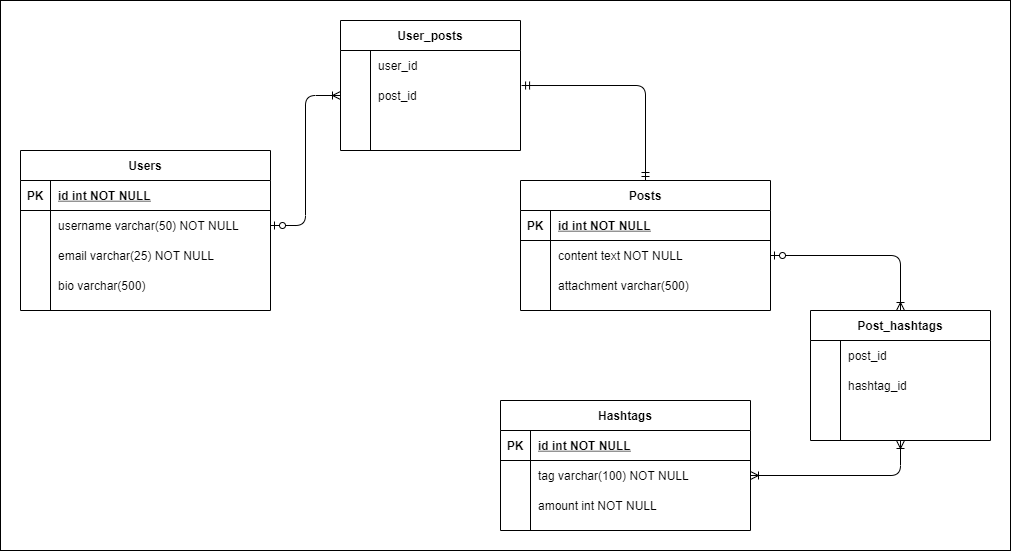
Earlier version of the draw.io export social media.png (nardiyansah/Generasi-GIGIH-Final-Project). Source tidied: cells renumbered, new cells last; positions are measured from the earlier drawing's top-left corner, leaving out a move shared by most shapes. The source it was exported from:
```xml
<mxGraphModel>
  <root>
    <mxCell id="0" />
    <mxCell id="1" parent="0" />
    <mxCell id="2" style="rounded=0;whiteSpace=wrap;html=1;" parent="1" vertex="1">
      <mxGeometry width="1010" height="550" as="geometry" />
    </mxCell>
    <mxCell id="3" value="Posts" style="shape=table;startSize=30;rowLines=0;fontStyle=1;align=center;" parent="1" vertex="1">
      <mxGeometry x="520" y="180" width="250" height="130" as="geometry" />
    </mxCell>
    <mxCell id="4" style="shape=partialRectangle;fillColor=none;top=0;left=0;right=0;bottom=1;" parent="3" vertex="1">
      <mxGeometry y="30" width="250" height="30" as="geometry" />
    </mxCell>
    <mxCell id="5" value="PK" style="shape=partialRectangle;overflow=hidden;fillColor=none;top=0;left=0;bottom=0;right=0;fontStyle=1;" parent="4" vertex="1">
      <mxGeometry width="30" height="30" as="geometry" />
    </mxCell>
    <mxCell id="6" value="id int NOT NULL " style="shape=partialRectangle;overflow=hidden;fillColor=none;top=0;left=0;bottom=0;right=0;align=left;spacingLeft=6;fontStyle=5;" parent="4" vertex="1">
      <mxGeometry x="30" width="220" height="30" as="geometry" />
    </mxCell>
    <mxCell id="7" style="shape=partialRectangle;fillColor=none;points=[[0,0.5],[1,0.5]];portConstraint=eastwest;top=0;left=0;right=0;bottom=0;" parent="3" vertex="1">
      <mxGeometry y="60" width="250" height="30" as="geometry" />
    </mxCell>
    <mxCell id="8" style="shape=partialRectangle;overflow=hidden;fillColor=none;top=0;left=0;bottom=0;right=0;" parent="7" vertex="1">
      <mxGeometry width="30" height="30" as="geometry" />
    </mxCell>
    <mxCell id="9" value="content text NOT NULL" style="shape=partialRectangle;overflow=hidden;fillColor=none;top=0;left=0;bottom=0;right=0;align=left;spacingLeft=6;" parent="7" vertex="1">
      <mxGeometry x="30" width="220" height="30" as="geometry" />
    </mxCell>
    <mxCell id="10" style="shape=partialRectangle;fillColor=none;top=0;left=0;right=0;bottom=0;" parent="3" vertex="1">
      <mxGeometry y="90" width="250" height="30" as="geometry" />
    </mxCell>
    <mxCell id="11" style="shape=partialRectangle;overflow=hidden;fillColor=none;top=0;left=0;bottom=0;right=0;" parent="10" vertex="1">
      <mxGeometry width="30" height="30" as="geometry" />
    </mxCell>
    <mxCell id="12" value="attachment varchar(500)" style="shape=partialRectangle;overflow=hidden;fillColor=none;top=0;left=0;bottom=0;right=0;align=left;spacingLeft=6;" parent="10" vertex="1">
      <mxGeometry x="30" width="220" height="30" as="geometry" />
    </mxCell>
    <mxCell id="13" value="Hashtags" style="shape=table;startSize=30;rowLines=0;fontStyle=1;align=center;" parent="1" vertex="1">
      <mxGeometry x="500" y="400" width="250" height="130" as="geometry" />
    </mxCell>
    <mxCell id="14" style="shape=partialRectangle;fillColor=none;top=0;left=0;right=0;bottom=1;" parent="13" vertex="1">
      <mxGeometry y="30" width="250" height="30" as="geometry" />
    </mxCell>
    <mxCell id="15" value="PK" style="shape=partialRectangle;overflow=hidden;fillColor=none;top=0;left=0;bottom=0;right=0;fontStyle=1;" parent="14" vertex="1">
      <mxGeometry width="30" height="30" as="geometry" />
    </mxCell>
    <mxCell id="16" value="id int NOT NULL " style="shape=partialRectangle;overflow=hidden;fillColor=none;top=0;left=0;bottom=0;right=0;align=left;spacingLeft=6;fontStyle=5;" parent="14" vertex="1">
      <mxGeometry x="30" width="220" height="30" as="geometry" />
    </mxCell>
    <mxCell id="17" style="shape=partialRectangle;fillColor=none;points=[[0,0.5],[1,0.5]];portConstraint=eastwest;top=0;left=0;right=0;bottom=0;" parent="13" vertex="1">
      <mxGeometry y="60" width="250" height="30" as="geometry" />
    </mxCell>
    <mxCell id="18" style="shape=partialRectangle;overflow=hidden;fillColor=none;top=0;left=0;bottom=0;right=0;" parent="17" vertex="1">
      <mxGeometry width="30" height="30" as="geometry" />
    </mxCell>
    <mxCell id="19" value="tag varchar(100) NOT NULL" style="shape=partialRectangle;overflow=hidden;fillColor=none;top=0;left=0;bottom=0;right=0;align=left;spacingLeft=6;" parent="17" vertex="1">
      <mxGeometry x="30" width="220" height="30" as="geometry" />
    </mxCell>
    <mxCell id="20" style="shape=partialRectangle;fillColor=none;top=0;left=0;right=0;bottom=0;" parent="13" vertex="1">
      <mxGeometry y="90" width="250" height="30" as="geometry" />
    </mxCell>
    <mxCell id="21" style="shape=partialRectangle;overflow=hidden;fillColor=none;top=0;left=0;bottom=0;right=0;" parent="20" vertex="1">
      <mxGeometry width="30" height="30" as="geometry" />
    </mxCell>
    <mxCell id="22" value="amount int NOT NULL" style="shape=partialRectangle;overflow=hidden;fillColor=none;top=0;left=0;bottom=0;right=0;align=left;spacingLeft=6;" parent="20" vertex="1">
      <mxGeometry x="30" width="220" height="30" as="geometry" />
    </mxCell>
    <mxCell id="23" value="Users" style="shape=table;startSize=30;rowLines=0;fontStyle=1;align=center;" parent="1" vertex="1">
      <mxGeometry x="20" y="150" width="250" height="160" as="geometry" />
    </mxCell>
    <mxCell id="24" style="shape=partialRectangle;fillColor=none;top=0;left=0;right=0;bottom=1;" parent="23" vertex="1">
      <mxGeometry y="30" width="250" height="30" as="geometry" />
    </mxCell>
    <mxCell id="25" value="PK" style="shape=partialRectangle;overflow=hidden;fillColor=none;top=0;left=0;bottom=0;right=0;fontStyle=1;" parent="24" vertex="1">
      <mxGeometry width="30" height="30" as="geometry" />
    </mxCell>
    <mxCell id="26" value="id int NOT NULL " style="shape=partialRectangle;overflow=hidden;fillColor=none;top=0;left=0;bottom=0;right=0;align=left;spacingLeft=6;fontStyle=5;" parent="24" vertex="1">
      <mxGeometry x="30" width="220" height="30" as="geometry" />
    </mxCell>
    <mxCell id="27" style="shape=partialRectangle;fillColor=none;points=[[0,0.5],[1,0.5]];portConstraint=eastwest;top=0;left=0;right=0;bottom=0;" parent="23" vertex="1">
      <mxGeometry y="60" width="250" height="30" as="geometry" />
    </mxCell>
    <mxCell id="28" style="shape=partialRectangle;overflow=hidden;fillColor=none;top=0;left=0;bottom=0;right=0;" parent="27" vertex="1">
      <mxGeometry width="30" height="30" as="geometry" />
    </mxCell>
    <mxCell id="29" value="username varchar(50) NOT NULL" style="shape=partialRectangle;overflow=hidden;fillColor=none;top=0;left=0;bottom=0;right=0;align=left;spacingLeft=6;" parent="27" vertex="1">
      <mxGeometry x="30" width="220" height="30" as="geometry" />
    </mxCell>
    <mxCell id="30" style="shape=partialRectangle;fillColor=none;top=0;left=0;right=0;bottom=0;" parent="23" vertex="1">
      <mxGeometry y="90" width="250" height="30" as="geometry" />
    </mxCell>
    <mxCell id="31" style="shape=partialRectangle;overflow=hidden;fillColor=none;top=0;left=0;bottom=0;right=0;" parent="30" vertex="1">
      <mxGeometry width="30" height="30" as="geometry" />
    </mxCell>
    <mxCell id="32" value="email varchar(25) NOT NULL" style="shape=partialRectangle;overflow=hidden;fillColor=none;top=0;left=0;bottom=0;right=0;align=left;spacingLeft=6;" parent="30" vertex="1">
      <mxGeometry x="30" width="220" height="30" as="geometry" />
    </mxCell>
    <mxCell id="33" style="shape=partialRectangle;fillColor=none;top=0;left=0;right=0;bottom=0;" parent="23" vertex="1">
      <mxGeometry y="120" width="250" height="30" as="geometry" />
    </mxCell>
    <mxCell id="34" style="shape=partialRectangle;overflow=hidden;fillColor=none;top=0;left=0;bottom=0;right=0;" parent="33" vertex="1">
      <mxGeometry width="30" height="30" as="geometry" />
    </mxCell>
    <mxCell id="35" value="bio varchar(500)" style="shape=partialRectangle;overflow=hidden;fillColor=none;top=0;left=0;bottom=0;right=0;align=left;spacingLeft=6;" parent="33" vertex="1">
      <mxGeometry x="30" width="220" height="30" as="geometry" />
    </mxCell>
    <mxCell id="36" value="User_posts" style="shape=table;startSize=30;rowLines=0;fontStyle=1;align=center;" parent="1" vertex="1">
      <mxGeometry x="340" y="20" width="180" height="130" as="geometry" />
    </mxCell>
    <mxCell id="37" style="shape=partialRectangle;fillColor=none;top=0;left=0;bottom=0;right=0;" parent="36" vertex="1">
      <mxGeometry y="30" width="180" height="30" as="geometry" />
    </mxCell>
    <mxCell id="38" style="shape=partialRectangle;fillColor=none;top=0;left=0;bottom=0;right=0;overflow=hidden;" parent="37" vertex="1">
      <mxGeometry width="30" height="30" as="geometry" />
    </mxCell>
    <mxCell id="39" value="user_id" style="shape=partialRectangle;fillColor=none;top=0;left=0;bottom=0;right=0;align=left;spacingLeft=6;overflow=hidden;" parent="37" vertex="1">
      <mxGeometry x="30" width="150" height="30" as="geometry" />
    </mxCell>
    <mxCell id="40" style="shape=partialRectangle;fillColor=none;top=0;left=0;bottom=0;right=0;points=[[0,0.5],[1,0.5]];portConstraint=eastwest;" parent="36" vertex="1">
      <mxGeometry y="60" width="180" height="30" as="geometry" />
    </mxCell>
    <mxCell id="41" style="shape=partialRectangle;fillColor=none;top=0;left=0;bottom=0;right=0;overflow=hidden;" parent="40" vertex="1">
      <mxGeometry width="30" height="30" as="geometry" />
    </mxCell>
    <mxCell id="42" value="post_id" style="shape=partialRectangle;fillColor=none;top=0;left=0;bottom=0;right=0;align=left;spacingLeft=6;overflow=hidden;" parent="40" vertex="1">
      <mxGeometry x="30" width="150" height="30" as="geometry" />
    </mxCell>
    <mxCell id="43" style="shape=partialRectangle;fillColor=none;top=0;left=0;bottom=0;right=0;" parent="36" vertex="1">
      <mxGeometry y="90" width="180" height="30" as="geometry" />
    </mxCell>
    <mxCell id="44" style="shape=partialRectangle;fillColor=none;top=0;left=0;bottom=0;right=0;overflow=hidden;" parent="43" vertex="1">
      <mxGeometry width="30" height="30" as="geometry" />
    </mxCell>
    <mxCell id="45" style="shape=partialRectangle;fillColor=none;top=0;left=0;bottom=0;right=0;align=left;spacingLeft=6;overflow=hidden;" parent="43" vertex="1">
      <mxGeometry x="30" width="150" height="30" as="geometry" />
    </mxCell>
    <mxCell id="46" value="Post_hashtags" style="shape=table;startSize=30;rowLines=0;fontStyle=1;align=center;" parent="1" vertex="1">
      <mxGeometry x="810" y="310" width="180" height="130" as="geometry" />
    </mxCell>
    <mxCell id="47" style="shape=partialRectangle;fillColor=none;top=0;left=0;bottom=0;right=0;" parent="46" vertex="1">
      <mxGeometry y="30" width="180" height="30" as="geometry" />
    </mxCell>
    <mxCell id="48" style="shape=partialRectangle;fillColor=none;top=0;left=0;bottom=0;right=0;overflow=hidden;" parent="47" vertex="1">
      <mxGeometry width="30" height="30" as="geometry" />
    </mxCell>
    <mxCell id="49" value="post_id" style="shape=partialRectangle;fillColor=none;top=0;left=0;bottom=0;right=0;align=left;spacingLeft=6;overflow=hidden;" parent="47" vertex="1">
      <mxGeometry x="30" width="150" height="30" as="geometry" />
    </mxCell>
    <mxCell id="50" style="shape=partialRectangle;fillColor=none;top=0;left=0;bottom=0;right=0;" parent="46" vertex="1">
      <mxGeometry y="60" width="180" height="30" as="geometry" />
    </mxCell>
    <mxCell id="51" style="shape=partialRectangle;fillColor=none;top=0;left=0;bottom=0;right=0;overflow=hidden;" parent="50" vertex="1">
      <mxGeometry width="30" height="30" as="geometry" />
    </mxCell>
    <mxCell id="52" value="hashtag_id" style="shape=partialRectangle;fillColor=none;top=0;left=0;bottom=0;right=0;align=left;spacingLeft=6;overflow=hidden;" parent="50" vertex="1">
      <mxGeometry x="30" width="150" height="30" as="geometry" />
    </mxCell>
    <mxCell id="53" style="shape=partialRectangle;fillColor=none;top=0;left=0;bottom=0;right=0;" parent="46" vertex="1">
      <mxGeometry y="90" width="180" height="30" as="geometry" />
    </mxCell>
    <mxCell id="54" style="shape=partialRectangle;fillColor=none;top=0;left=0;bottom=0;right=0;overflow=hidden;" parent="53" vertex="1">
      <mxGeometry width="30" height="30" as="geometry" />
    </mxCell>
    <mxCell id="55" style="shape=partialRectangle;fillColor=none;top=0;left=0;bottom=0;right=0;align=left;spacingLeft=6;overflow=hidden;" parent="53" vertex="1">
      <mxGeometry x="30" width="150" height="30" as="geometry" />
    </mxCell>
    <mxCell id="56" style="edgeStyle=orthogonalEdgeStyle;fontSize=12;html=1;endArrow=ERmandOne;startArrow=ERmandOne;entryX=1.006;entryY=0.167;entryDx=0;entryDy=0;entryPerimeter=0;" parent="1" edge="1" source="3" target="40">
      <mxGeometry relative="1" as="geometry" />
    </mxCell>
    <mxCell id="57" style="edgeStyle=orthogonalEdgeStyle;fontSize=12;html=1;endArrow=ERoneToMany;startArrow=ERzeroToOne;entryX=0;entryY=0.5;entryDx=0;entryDy=0;exitX=1;exitY=0.5;exitDx=0;exitDy=0;endFill=0;startFill=1;" parent="1" edge="1" source="27" target="40">
      <mxGeometry relative="1" as="geometry" />
    </mxCell>
    <mxCell id="58" style="edgeStyle=orthogonalEdgeStyle;fontSize=12;html=1;endArrow=ERoneToMany;startArrow=ERzeroToOne;exitX=1;exitY=0.5;exitDx=0;exitDy=0;startFill=1;" parent="1" edge="1" source="7" target="46">
      <mxGeometry relative="1" as="geometry" />
    </mxCell>
    <mxCell id="59" style="edgeStyle=orthogonalEdgeStyle;fontSize=12;html=1;endArrow=ERoneToMany;startArrow=ERoneToMany;exitX=1;exitY=0.5;exitDx=0;exitDy=0;entryX=0.5;entryY=1;entryDx=0;entryDy=0;" parent="1" edge="1" source="17" target="46">
      <mxGeometry relative="1" as="geometry" />
    </mxCell>
  </root>
</mxGraphModel>
```
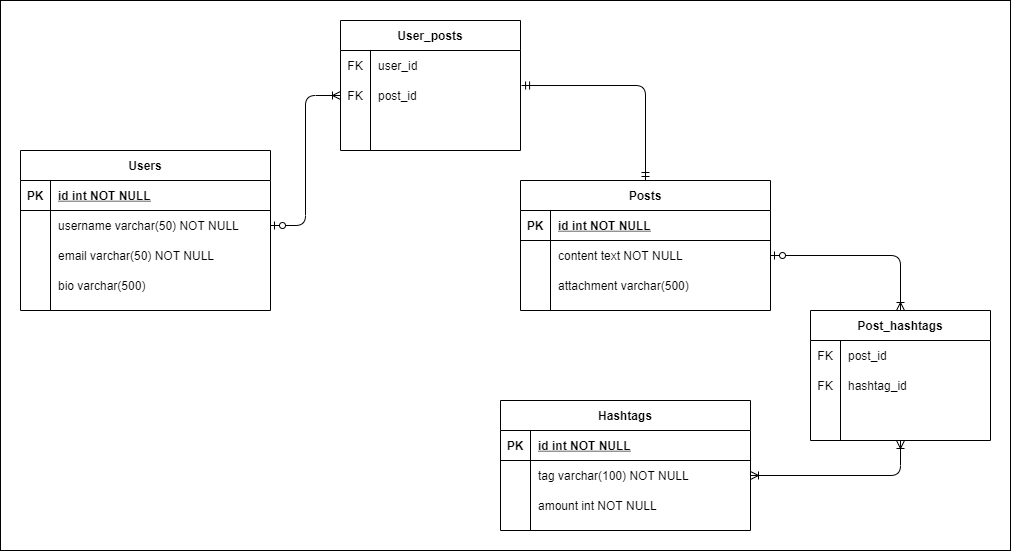
Later version of the same file.

Commit message:
[add] ERD scheme picture to README

Change to the diagram source:
```diff
@@ -92,7 +92,7 @@
     <mxCell id="31" style="shape=partialRectangle;overflow=hidden;fillColor=none;top=0;left=0;bottom=0;right=0;" parent="30" vertex="1">
       <mxGeometry width="30" height="30" as="geometry" />
     </mxCell>
-    <mxCell id="32" value="email varchar(25) NOT NULL" style="shape=partialRectangle;overflow=hidden;fillColor=none;top=0;left=0;bottom=0;right=0;align=left;spacingLeft=6;" parent="30" vertex="1">
+    <mxCell id="32" value="email varchar(50) NOT NULL" style="shape=partialRectangle;overflow=hidden;fillColor=none;top=0;left=0;bottom=0;right=0;align=left;spacingLeft=6;" parent="30" vertex="1">
       <mxGeometry x="30" width="220" height="30" as="geometry" />
     </mxCell>
     <mxCell id="33" style="shape=partialRectangle;fillColor=none;top=0;left=0;right=0;bottom=0;" parent="23" vertex="1">
@@ -110,7 +110,7 @@
     <mxCell id="37" style="shape=partialRectangle;fillColor=none;top=0;left=0;bottom=0;right=0;" parent="36" vertex="1">
       <mxGeometry y="30" width="180" height="30" as="geometry" />
     </mxCell>
-    <mxCell id="38" style="shape=partialRectangle;fillColor=none;top=0;left=0;bottom=0;right=0;overflow=hidden;" parent="37" vertex="1">
+    <mxCell id="38" value="FK" style="shape=partialRectangle;fillColor=none;top=0;left=0;bottom=0;right=0;overflow=hidden;" parent="37" vertex="1">
       <mxGeometry width="30" height="30" as="geometry" />
     </mxCell>
     <mxCell id="39" value="user_id" style="shape=partialRectangle;fillColor=none;top=0;left=0;bottom=0;right=0;align=left;spacingLeft=6;overflow=hidden;" parent="37" vertex="1">
@@ -119,7 +119,7 @@
     <mxCell id="40" style="shape=partialRectangle;fillColor=none;top=0;left=0;bottom=0;right=0;points=[[0,0.5],[1,0.5]];portConstraint=eastwest;" parent="36" vertex="1">
       <mxGeometry y="60" width="180" height="30" as="geometry" />
     </mxCell>
-    <mxCell id="41" style="shape=partialRectangle;fillColor=none;top=0;left=0;bottom=0;right=0;overflow=hidden;" parent="40" vertex="1">
+    <mxCell id="41" value="FK" style="shape=partialRectangle;fillColor=none;top=0;left=0;bottom=0;right=0;overflow=hidden;" parent="40" vertex="1">
       <mxGeometry width="30" height="30" as="geometry" />
     </mxCell>
     <mxCell id="42" value="post_id" style="shape=partialRectangle;fillColor=none;top=0;left=0;bottom=0;right=0;align=left;spacingLeft=6;overflow=hidden;" parent="40" vertex="1">
@@ -140,7 +140,7 @@
     <mxCell id="47" style="shape=partialRectangle;fillColor=none;top=0;left=0;bottom=0;right=0;" parent="46" vertex="1">
       <mxGeometry y="30" width="180" height="30" as="geometry" />
     </mxCell>
-    <mxCell id="48" style="shape=partialRectangle;fillColor=none;top=0;left=0;bottom=0;right=0;overflow=hidden;" parent="47" vertex="1">
+    <mxCell id="48" value="FK" style="shape=partialRectangle;fillColor=none;top=0;left=0;bottom=0;right=0;overflow=hidden;" parent="47" vertex="1">
       <mxGeometry width="30" height="30" as="geometry" />
     </mxCell>
     <mxCell id="49" value="post_id" style="shape=partialRectangle;fillColor=none;top=0;left=0;bottom=0;right=0;align=left;spacingLeft=6;overflow=hidden;" parent="47" vertex="1">
@@ -149,7 +149,7 @@
     <mxCell id="50" style="shape=partialRectangle;fillColor=none;top=0;left=0;bottom=0;right=0;" parent="46" vertex="1">
       <mxGeometry y="60" width="180" height="30" as="geometry" />
     </mxCell>
-    <mxCell id="51" style="shape=partialRectangle;fillColor=none;top=0;left=0;bottom=0;right=0;overflow=hidden;" parent="50" vertex="1">
+    <mxCell id="51" value="FK" style="shape=partialRectangle;fillColor=none;top=0;left=0;bottom=0;right=0;overflow=hidden;" parent="50" vertex="1">
       <mxGeometry width="30" height="30" as="geometry" />
     </mxCell>
     <mxCell id="52" value="hashtag_id" style="shape=partialRectangle;fillColor=none;top=0;left=0;bottom=0;right=0;align=left;spacingLeft=6;overflow=hidden;" parent="50" vertex="1">
```
